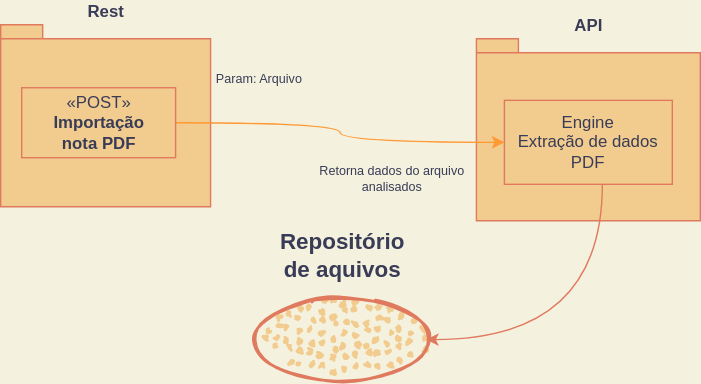
Daivdson/irpf keeps this draw.io diagram as docs/fluxo-importacao.svg. Above is the earlier version. Source tidied: cells renumbered, new cells last; positions are measured from the earlier drawing's top-left corner, leaving out a move shared by most shapes.
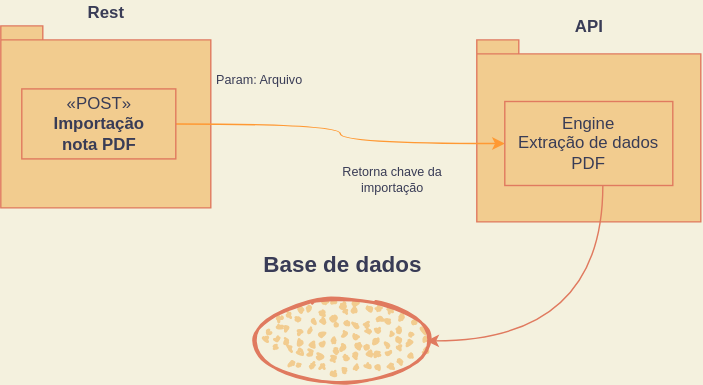
Above is the later version.

What changed in the source:
```diff
@@ -17,8 +17,8 @@
     <mxCell id="6" style="ellipse;whiteSpace=wrap;html=1;strokeWidth=2;fillWeight=2;hachureGap=8;fillColor=#F2CC8F;fillStyle=dots;sketch=1;strokeColor=#E07A5F;fontColor=#393C56;" parent="1" vertex="1">
       <mxGeometry x="184" y="195" width="120" height="60" as="geometry" />
     </mxCell>
-    <mxCell id="7" value="&lt;div style=&quot;font-size: 16px&quot;&gt;&lt;font style=&quot;font-size: 16px&quot;&gt;Repositório&lt;/font&gt;&lt;/div&gt;&lt;div style=&quot;font-size: 16px&quot;&gt;&lt;font style=&quot;font-size: 16px&quot;&gt;de aquivos&lt;/font&gt;&lt;/div&gt;" style="text;strokeColor=none;fillColor=none;html=1;fontSize=24;fontStyle=1;verticalAlign=middle;align=center;strokeWidth=1;fontColor=#393C56;" parent="1" vertex="1">
-      <mxGeometry x="194" y="140" width="100" height="50" as="geometry" />
+    <mxCell id="7" value="&lt;div style=&quot;font-size: 16px&quot;&gt;Base de dados&lt;/div&gt;" style="text;strokeColor=none;fillColor=none;html=1;fontSize=24;fontStyle=1;verticalAlign=middle;align=center;strokeWidth=1;fontColor=#393C56;" parent="1" vertex="1">
+      <mxGeometry x="176" y="145" width="136" height="50" as="geometry" />
     </mxCell>
     <mxCell id="8" style="edgeStyle=orthogonalEdgeStyle;rounded=0;jettySize=auto;html=1;fontSize=16;curved=1;strokeColor=#E07A5F;fontColor=#393C56;labelBackgroundColor=#F4F1DE;" parent="1" edge="1" source="9" target="6">
       <mxGeometry relative="1" as="geometry">
@@ -33,7 +33,7 @@
     <mxCell id="10" value="Param: Arquivo" style="text;html=1;strokeColor=none;fillColor=none;align=center;verticalAlign=middle;whiteSpace=wrap;rounded=0;fontSize=9;fontColor=#393C56;" parent="1" vertex="1">
       <mxGeometry x="125" y="24" width="120" height="30" as="geometry" />
     </mxCell>
-    <mxCell id="11" value="Retorna dados do arquivo&lt;br&gt;analisados" style="text;html=1;strokeColor=none;fillColor=none;align=center;verticalAlign=middle;whiteSpace=wrap;rounded=0;fontSize=9;fontColor=#393C56;" parent="1" vertex="1">
+    <mxCell id="11" value="Retorna chave da importação" style="text;html=1;strokeColor=none;fillColor=none;align=center;verticalAlign=middle;whiteSpace=wrap;rounded=0;fontSize=9;fontColor=#393C56;" parent="1" vertex="1">
       <mxGeometry x="220" y="95" width="120" height="30" as="geometry" />
     </mxCell>
   </root>
```
